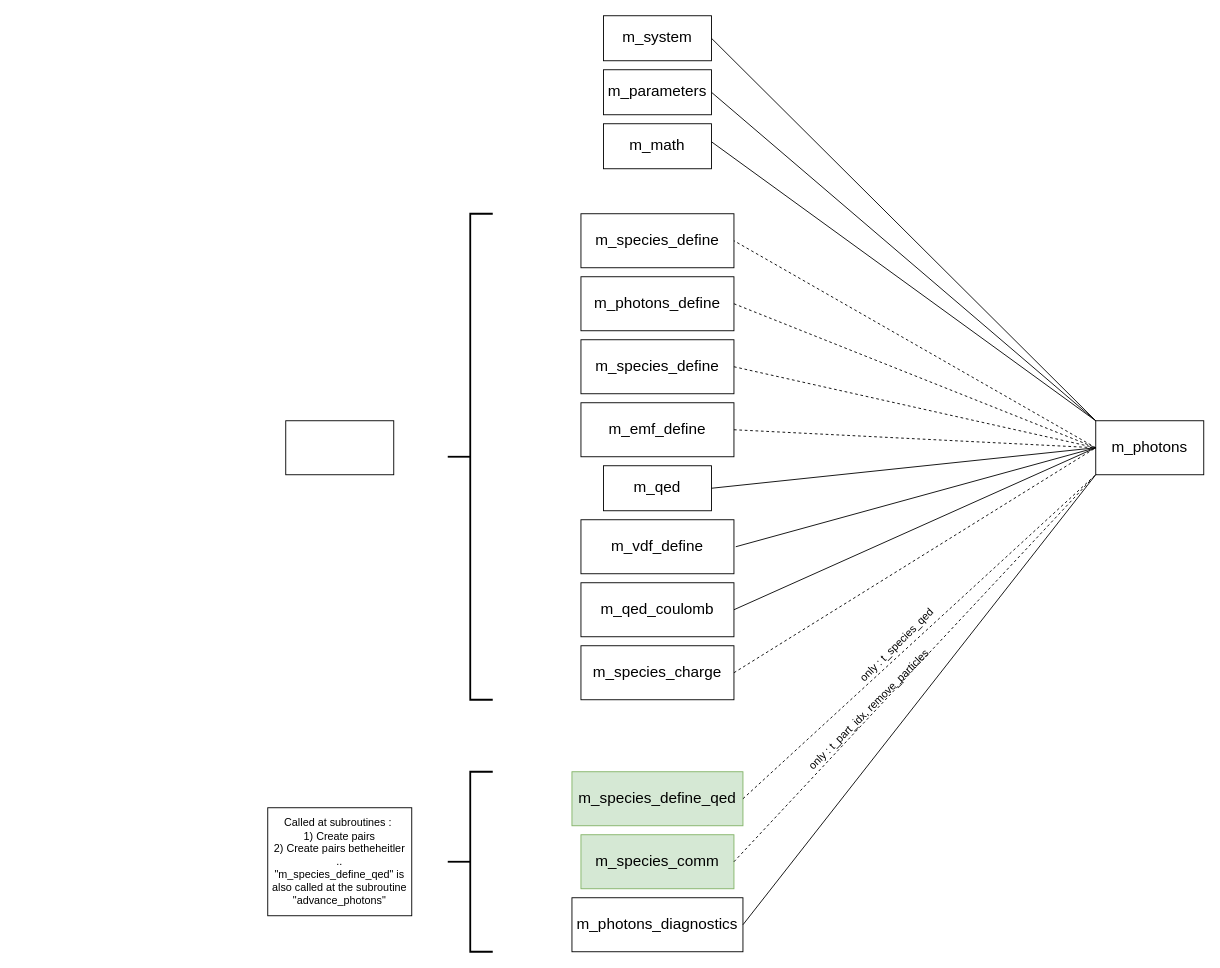
MilesRadford/Osiris-Axions keeps this draw.io diagram as Photon-Pusher-Dependency-Tree.drawio. Above is the earlier version. Source tidied: cells renumbered, new cells numbered last; positions are measured from the earlier drawing's top-left corner, leaving out a move shared by most shapes. Both pictures are drawn from the tidied source at 90%, with x=0, y=0 at pixel (267, 15).
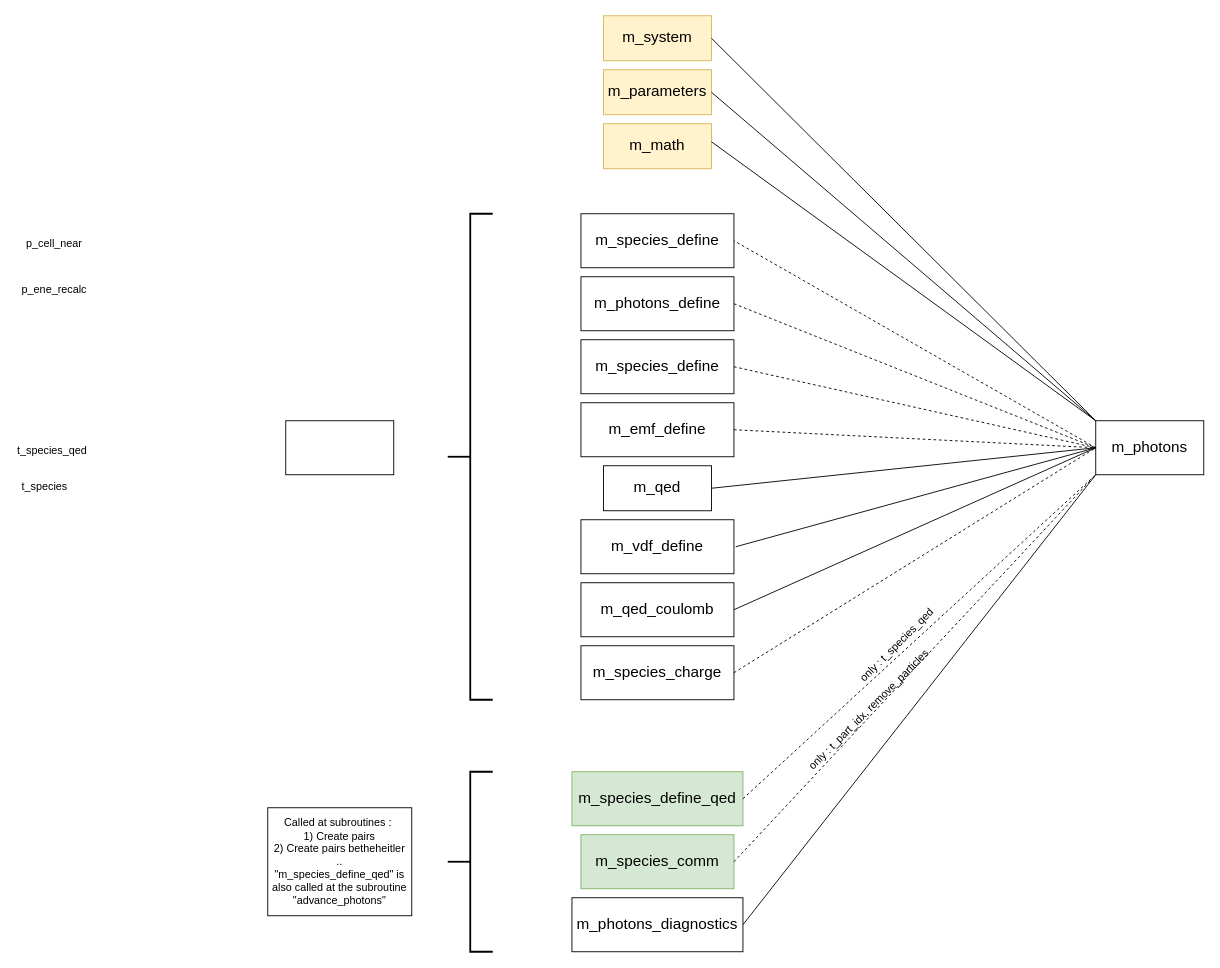
After the change.

Diff of the diagram source:
```diff
@@
-    <mxCell id="3" value="&lt;font style=&quot;font-size: 17px;&quot;&gt;m_system&lt;/font&gt;" style="rounded=0;whiteSpace=wrap;html=1;" parent="1" vertex="1">
+    <mxCell id="3" value="&lt;font style=&quot;font-size: 17px;&quot;&gt;m_system&lt;/font&gt;" style="rounded=0;whiteSpace=wrap;html=1;fillColor=#fff2cc;strokeColor=#d6b656;" parent="1" vertex="1">
       <mxGeometry x="373" width="120" height="50" as="geometry" />
     </mxCell>
-    <mxCell id="4" value="&lt;font style=&quot;font-size: 17px;&quot;&gt;m_parameters&lt;/font&gt;" style="rounded=0;whiteSpace=wrap;html=1;" parent="1" vertex="1">
+    <mxCell id="4" value="&lt;font style=&quot;font-size: 17px;&quot;&gt;m_parameters&lt;/font&gt;" style="rounded=0;whiteSpace=wrap;html=1;fillColor=#fff2cc;strokeColor=#d6b656;" parent="1" vertex="1">
       <mxGeometry x="373" y="60" width="120" height="50" as="geometry" />
     </mxCell>
-    <mxCell id="5" value="&lt;font style=&quot;font-size: 17px;&quot;&gt;m_math&lt;/font&gt;" style="rounded=0;whiteSpace=wrap;html=1;" parent="1" vertex="1">
+    <mxCell id="5" value="&lt;font style=&quot;font-size: 17px;&quot;&gt;m_math&lt;/font&gt;" style="rounded=0;whiteSpace=wrap;html=1;fillColor=#fff2cc;strokeColor=#d6b656;" parent="1" vertex="1">
       <mxGeometry x="373" y="120" width="120" height="50" as="geometry" />
     </mxCell>
@@
+    <mxCell id="38" value="p_cell_near" style="text;whiteSpace=wrap;" parent="1" vertex="1">
+      <mxGeometry x="-270" y="240" width="100" height="40" as="geometry" />
+    </mxCell>
+    <mxCell id="39" value="p_ene_recalc" style="text;whiteSpace=wrap;" parent="1" vertex="1">
+      <mxGeometry x="-275" y="290" width="110" height="40" as="geometry" />
+    </mxCell>
+    <mxCell id="40" value="t_species_qed" style="text;whiteSpace=wrap;" parent="1" vertex="1">
+      <mxGeometry x="-280" y="470" width="110" height="40" as="geometry" />
+    </mxCell>
+    <mxCell id="41" value="t_species" style="text;whiteSpace=wrap;" parent="1" vertex="1">
+      <mxGeometry x="-275" y="510" width="80" height="40" as="geometry" />
+    </mxCell>
```
